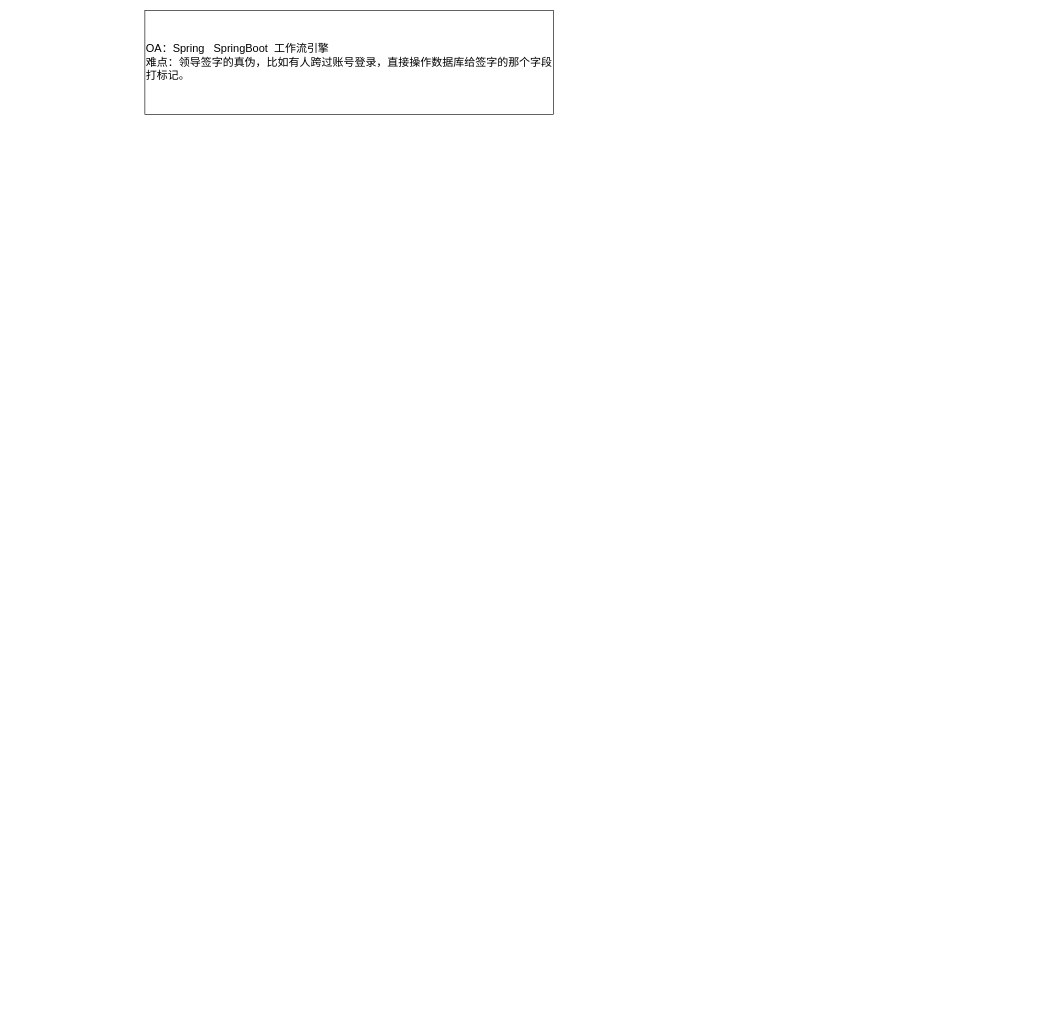
This is JAVA/Java基础.drawio from KGwolf/MyDraw, a draw.io file, before an edit. Source tidied: cells renumbered, new cells numbered last; positions are measured from the earlier drawing's top-left corner, leaving out a move shared by most shapes. Both pictures are drawn from the tidied source at 61%, with x=0, y=0 at pixel (145, 10).
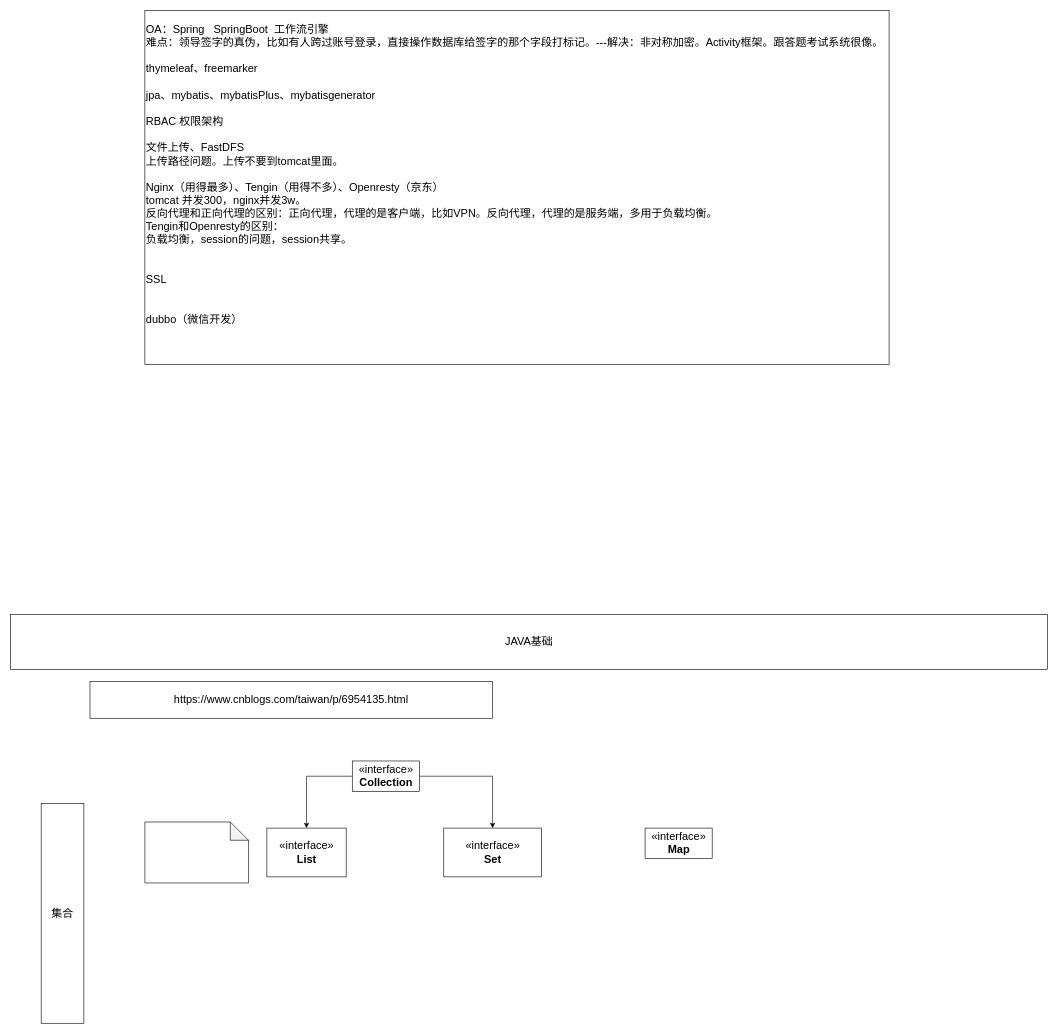
The same diagram, later.

The edit, as a diff of the source:
```diff
@@
 <mxGraphModel>
   <root>
     <mxCell id="0" />
     <mxCell id="1" parent="0" />
-    <mxCell id="2" value="&lt;font style=&quot;font-size: 18px;&quot;&gt;OA：Spring&amp;nbsp; &amp;nbsp;SpringBoot&amp;nbsp; 工作流引擎&lt;br&gt;难点：领导签字的真伪，比如有人跨过账号登录，直接操作数据库给签字的那个字段打标记。&lt;br&gt;&lt;/font&gt;" style="rounded=0;whiteSpace=wrap;html=1;align=left;" parent="1" vertex="1">
-      <mxGeometry width="670" height="170" as="geometry" />
+    <mxCell id="2" value="&lt;font style=&quot;font-size: 18px;&quot;&gt;OA：Spring&amp;nbsp; &amp;nbsp;SpringBoot&amp;nbsp; 工作流引擎&lt;br&gt;难点：领导签字的真伪，比如有人跨过账号登录，直接操作数据库给签字的那个字段打标记。---解决：非对称加密。Activity框架。跟答题考试系统很像。&lt;br&gt;&lt;br&gt;thymeleaf、freemarker&lt;br&gt;&lt;br&gt;jpa、mybatis、mybatisPlus、mybatisgenerator&lt;br&gt;&lt;br&gt;RBAC 权限架构&lt;br&gt;&lt;br&gt;文件上传、FastDFS&lt;br&gt;上传路径问题。上传不要到tomcat里面。&lt;br&gt;&lt;br&gt;Nginx（用得最多）、Tengin（用得不多）、Openresty（京东）&lt;br&gt;tomcat 并发300，nginx并发3w。&lt;br&gt;反向代理和正向代理的区别：正向代理，代理的是客户端，比如VPN。反向代理，代理的是服务端，多用于负载均衡。&lt;br&gt;Tengin和Openresty的区别：&lt;br&gt;负载均衡，session的问题，session共享。&lt;br&gt;&lt;br&gt;&lt;br&gt;SSL&lt;br&gt;&lt;br&gt;&lt;br&gt;dubbo（微信开发）&lt;br&gt;&lt;br&gt;&lt;br&gt;&lt;/font&gt;" style="rounded=0;whiteSpace=wrap;html=1;align=left;" parent="1" vertex="1">
+      <mxGeometry width="1220" height="580" as="geometry" />
     </mxCell>
+    <mxCell id="3" value="JAVA基础" style="rounded=0;whiteSpace=wrap;html=1;fontSize=18;" parent="1" vertex="1">
+      <mxGeometry x="-220" y="990" width="1700" height="90" as="geometry" />
+    </mxCell>
+    <mxCell id="4" value="集合" style="rounded=0;whiteSpace=wrap;html=1;fontSize=18;" parent="1" vertex="1">
+      <mxGeometry x="-170" y="1300" width="70" height="360" as="geometry" />
+    </mxCell>
+    <mxCell id="5" style="edgeStyle=orthogonalEdgeStyle;rounded=0;jettySize=auto;html=1;fontSize=18;" parent="1" edge="1" source="7" target="10">
+      <mxGeometry relative="1" as="geometry" />
+    </mxCell>
+    <mxCell id="6" style="edgeStyle=orthogonalEdgeStyle;rounded=0;jettySize=auto;html=1;fontSize=18;" parent="1" edge="1" source="7" target="9">
+      <mxGeometry relative="1" as="geometry" />
+    </mxCell>
+    <mxCell id="7" value="«interface»&lt;br&gt;&lt;b&gt;Collection&lt;/b&gt;" style="html=1;fontSize=18;" parent="1" vertex="1">
+      <mxGeometry x="340" y="1230" width="110" height="50" as="geometry" />
+    </mxCell>
+    <mxCell id="8" value="«interface»&lt;br&gt;&lt;b&gt;Map&lt;/b&gt;" style="html=1;fontSize=18;" parent="1" vertex="1">
+      <mxGeometry x="820" y="1340" width="110" height="50" as="geometry" />
+    </mxCell>
+    <mxCell id="9" value="«interface»&lt;br&gt;&lt;b&gt;List&lt;/b&gt;" style="html=1;fontSize=18;" parent="1" vertex="1">
+      <mxGeometry x="200" y="1340" width="130" height="80" as="geometry" />
+    </mxCell>
+    <mxCell id="10" value="«interface»&lt;br&gt;&lt;b&gt;Set&lt;/b&gt;" style="html=1;fontSize=18;" parent="1" vertex="1">
+      <mxGeometry x="490" y="1340" width="160" height="80" as="geometry" />
+    </mxCell>
+    <mxCell id="11" style="shape=note;whiteSpace=wrap;html=1;backgroundOutline=1;darkOpacity=0.05;fontSize=18;align=left;" parent="1" vertex="1">
+      <mxGeometry y="1330" width="170" height="100" as="geometry" />
+    </mxCell>
+    <mxCell id="12" value="https://www.cnblogs.com/taiwan/p/6954135.html" style="rounded=0;whiteSpace=wrap;html=1;fontSize=18;" parent="1" vertex="1">
+      <mxGeometry x="-90" y="1100" width="660" height="60" as="geometry" />
+    </mxCell>
   </root>
 </mxGraphModel>
```
